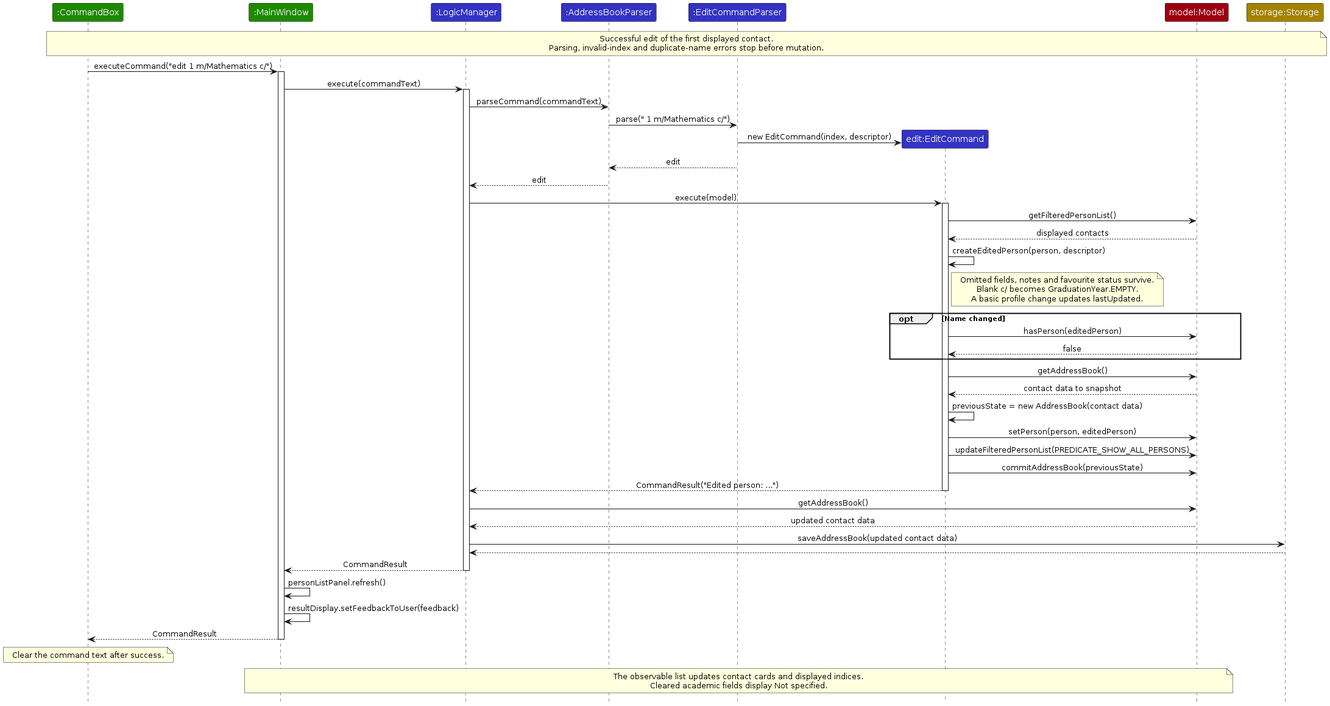
Before: diagrams/EditContactSequenceDiagram.png, a diagram exported from PlantUML (AY2627S1-CS2103T-F15-3/tp). Its source is kept beside it as diagrams/EditContactSequenceDiagram.puml.
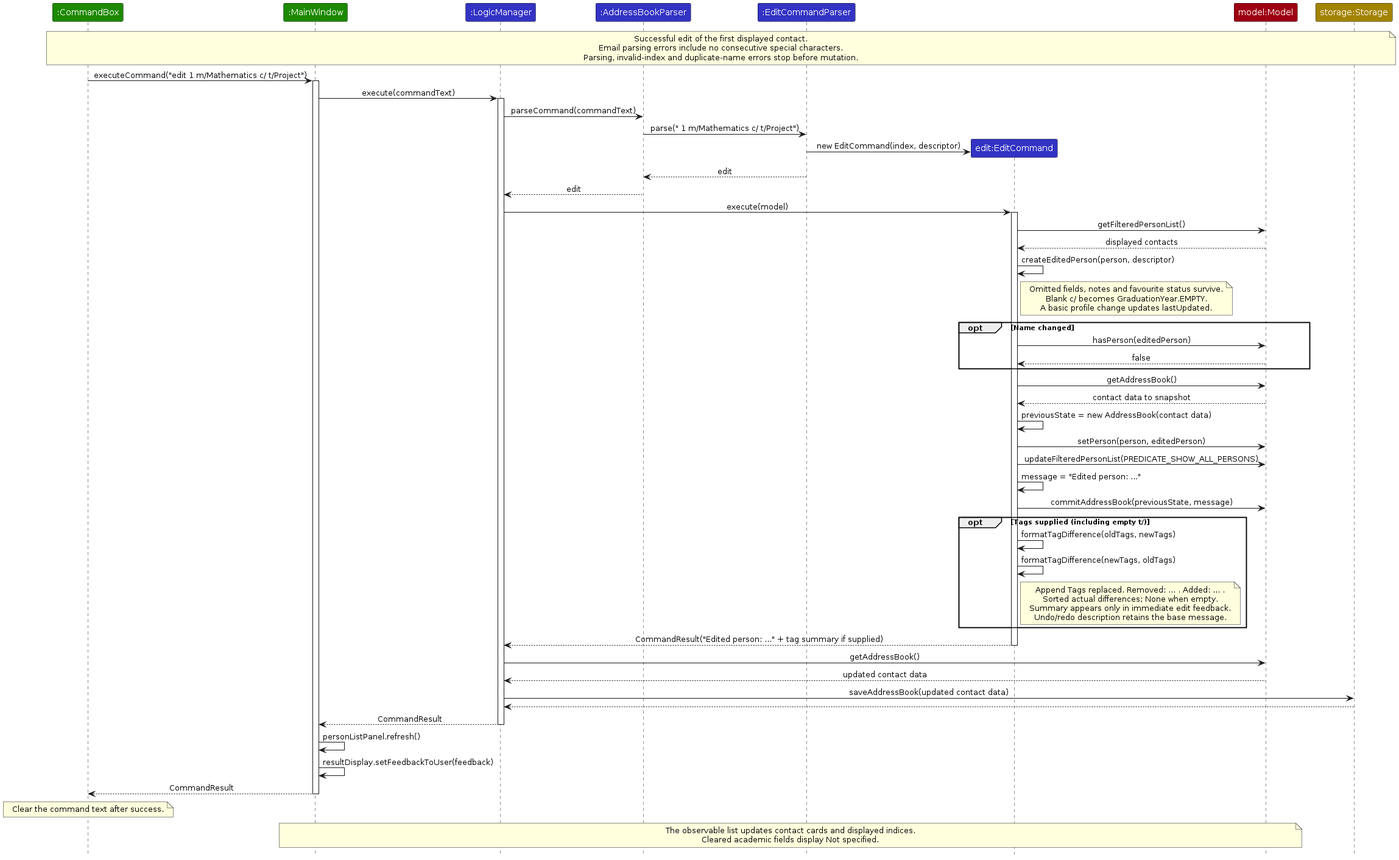
The same file after the commit.

Diff of the diagram source:
```diff
@@ -12,14 +12,15 @@
 
 note over Box, Storage
   Successful edit of the first displayed contact.
+  Email parsing errors include no consecutive special characters.
   Parsing, invalid-index and duplicate-name errors stop before mutation.
 end note
-Box -> Window : executeCommand("edit 1 m/Mathematics c/")
+Box -> Window : executeCommand("edit 1 m/Mathematics c/ t/Project")
 activate Window
 Window -> Logic : execute(commandText)
 activate Logic
 Logic -> Parser : parseCommand(commandText)
-Parser -> EditParser : parse(" 1 m/Mathematics c/")
+Parser -> EditParser : parse(" 1 m/Mathematics c/ t/Project")
 create Edit
 EditParser -> Edit : new EditCommand(index, descriptor)
 EditParser --> Parser : edit
@@ -43,8 +44,19 @@
 Edit -> Edit : previousState = new AddressBook(contact data)
 Edit -> Model : setPerson(person, editedPerson)
 Edit -> Model : updateFilteredPersonList(PREDICATE_SHOW_ALL_PERSONS)
-Edit -> Model : commitAddressBook(previousState)
-Edit --> Logic : CommandResult("Edited person: ...")
+Edit -> Edit : message = "Edited person: ..."
+Edit -> Model : commitAddressBook(previousState, message)
+opt Tags supplied (including empty t/)
+  Edit -> Edit : formatTagDifference(oldTags, newTags)
+  Edit -> Edit : formatTagDifference(newTags, oldTags)
+  note right of Edit
+    Append Tags replaced. Removed: ... . Added: ... .
+    Sorted actual differences; None when empty.
+    Summary appears only in immediate edit feedback.
+    Undo/redo description retains the base message.
+  end note
+end
+Edit --> Logic : CommandResult("Edited person: ..." + tag summary if supplied)
 deactivate Edit
 Logic -> Model : getAddressBook()
 Model --> Logic : updated contact data
```
